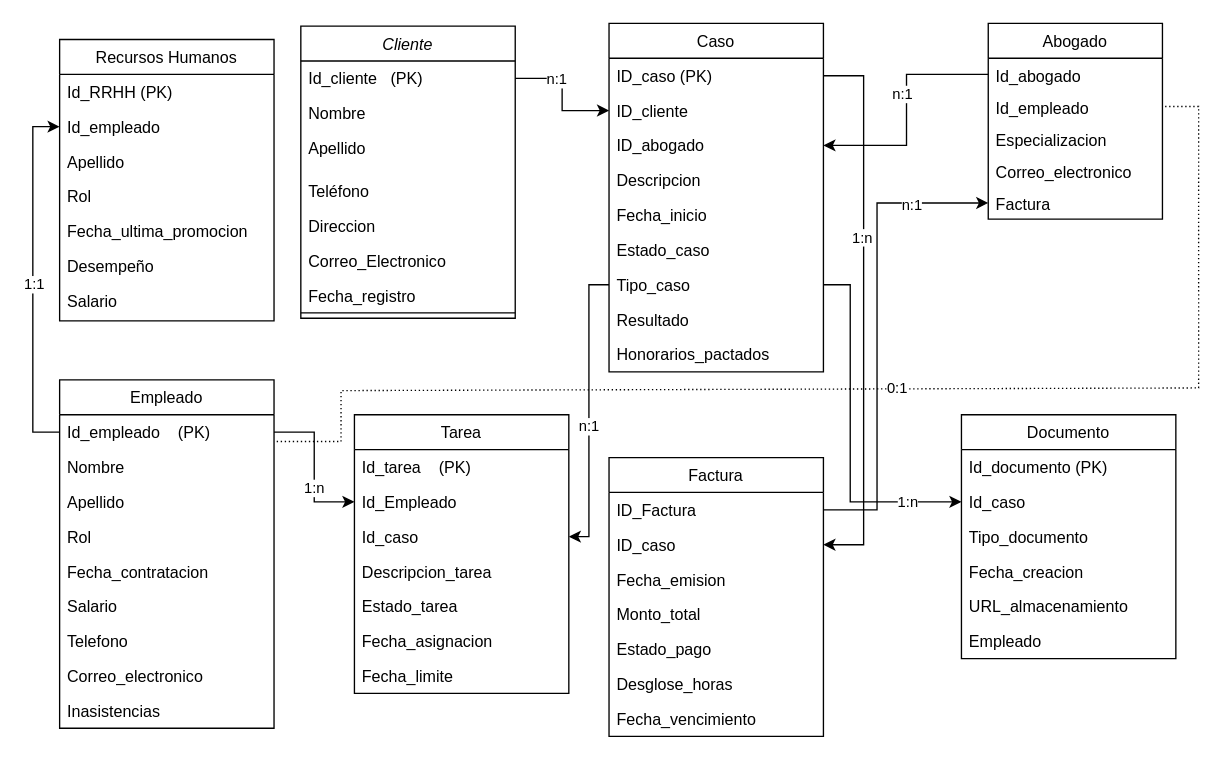
Before: AS tp.drawio in Saturno0/Cole_5_2, a draw.io diagram. Source tidied: cells renumbered, new cells numbered last; positions are measured from the earlier drawing's top-left corner, leaving out a move shared by most shapes. Both pictures are drawn from the tidied source at 134%, with x=0, y=0 at pixel (59, 23).
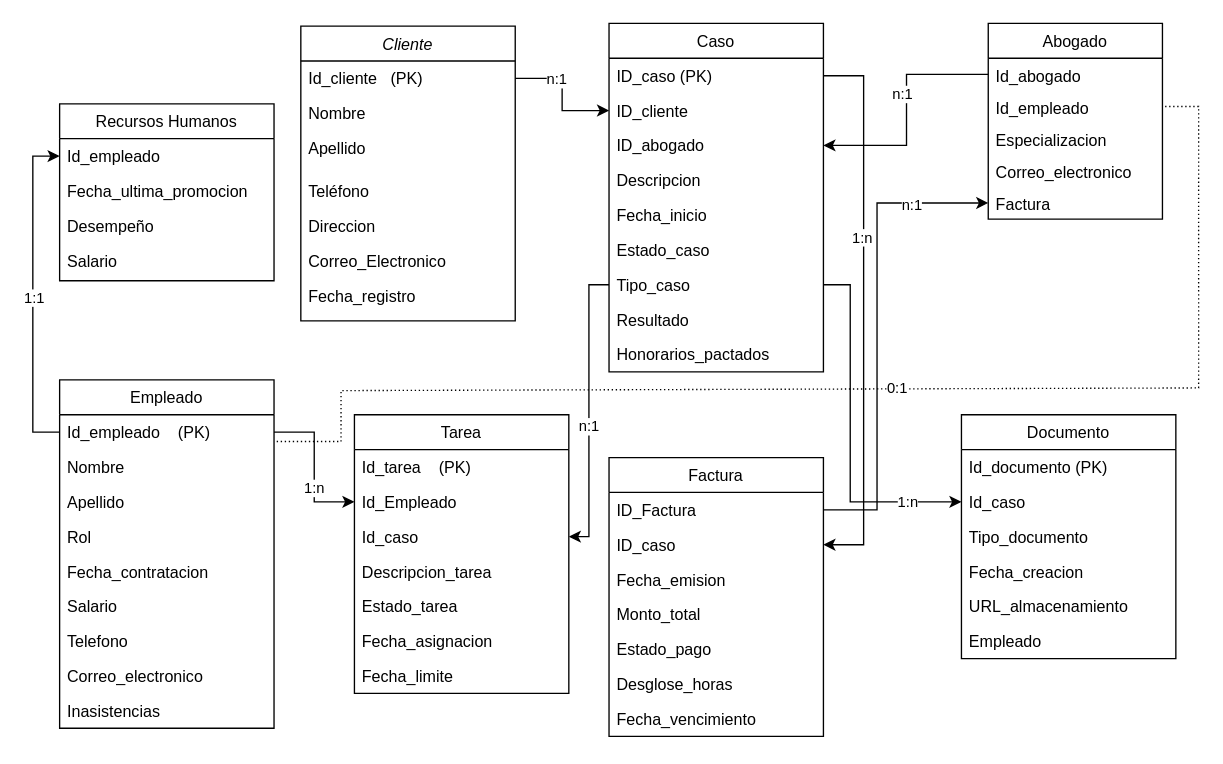
The same diagram, later.

Change to the diagram source:
```diff
@@
     <mxCell id="2" value="Cliente" style="swimlane;fontStyle=2;align=center;verticalAlign=top;horizontal=1;startSize=26;rounded=0;shadow=0;strokeWidth=1;" parent="1" vertex="1">
-      <mxGeometry x="180" y="2" width="160" height="218" as="geometry" />
+      <mxGeometry x="180" y="2" width="160" height="220" as="geometry" />
     </mxCell>
@@
-    <mxCell id="10" style="line;html=1;strokeWidth=1;align=left;verticalAlign=middle;spacingTop=-1;spacingLeft=3;spacingRight=3;labelPosition=right;" parent="2" vertex="1">
-      <mxGeometry y="210" width="160" height="8" as="geometry" />
-    </mxCell>
@@
     <mxCell id="78" value="Recursos Humanos" style="swimlane;fontStyle=0;align=center;verticalAlign=top;horizontal=1;startSize=26;rounded=0;shadow=0;strokeWidth=1;" parent="1" vertex="1">
-      <mxGeometry y="12" width="160" height="210" as="geometry" />
+      <mxGeometry y="60" width="160" height="132" as="geometry" />
     </mxCell>
-    <mxCell id="79" value="Id_RRHH (PK)&#10;" style="text;align=left;verticalAlign=top;spacingLeft=4;spacingRight=4;overflow=hidden;rounded=0;shadow=0;html=0;" parent="78" vertex="1">
-      <mxGeometry y="26" width="160" height="26" as="geometry" />
-    </mxCell>
     <mxCell id="80" value="Id_empleado" style="text;align=left;verticalAlign=top;spacingLeft=4;spacingRight=4;overflow=hidden;points=[[0,0.5],[1,0.5]];portConstraint=eastwest;" parent="78" vertex="1">
-      <mxGeometry y="52" width="160" height="26" as="geometry" />
+      <mxGeometry y="26" width="160" height="26" as="geometry" />
     </mxCell>
-    <mxCell id="81" value="Apellido    " style="text;align=left;verticalAlign=top;spacingLeft=4;spacingRight=4;overflow=hidden;fontStyle=0;" parent="78" vertex="1">
-      <mxGeometry y="78" width="160" height="26" as="geometry" />
-    </mxCell>
-    <mxCell id="82" value="Rol" style="text;align=left;verticalAlign=top;spacingLeft=4;spacingRight=4;overflow=hidden;" parent="78" vertex="1">
-      <mxGeometry y="104" width="160" height="26" as="geometry" />
-    </mxCell>
     <mxCell id="83" value="Fecha_ultima_promocion" style="text;align=left;verticalAlign=top;spacingLeft=4;spacingRight=4;overflow=hidden;" parent="78" vertex="1">
-      <mxGeometry y="130" width="160" height="26" as="geometry" />
+      <mxGeometry y="52" width="160" height="26" as="geometry" />
     </mxCell>
     <mxCell id="84" value="Desempeño" style="text;align=left;verticalAlign=top;spacingLeft=4;spacingRight=4;overflow=hidden;" parent="78" vertex="1">
-      <mxGeometry y="156" width="160" height="26" as="geometry" />
+      <mxGeometry y="78" width="160" height="26" as="geometry" />
     </mxCell>
     <mxCell id="85" value="Salario" style="text;align=left;verticalAlign=top;spacingLeft=4;spacingRight=4;overflow=hidden;" parent="78" vertex="1">
-      <mxGeometry y="182" width="160" height="26" as="geometry" />
+      <mxGeometry y="104" width="160" height="26" as="geometry" />
     </mxCell>
```
